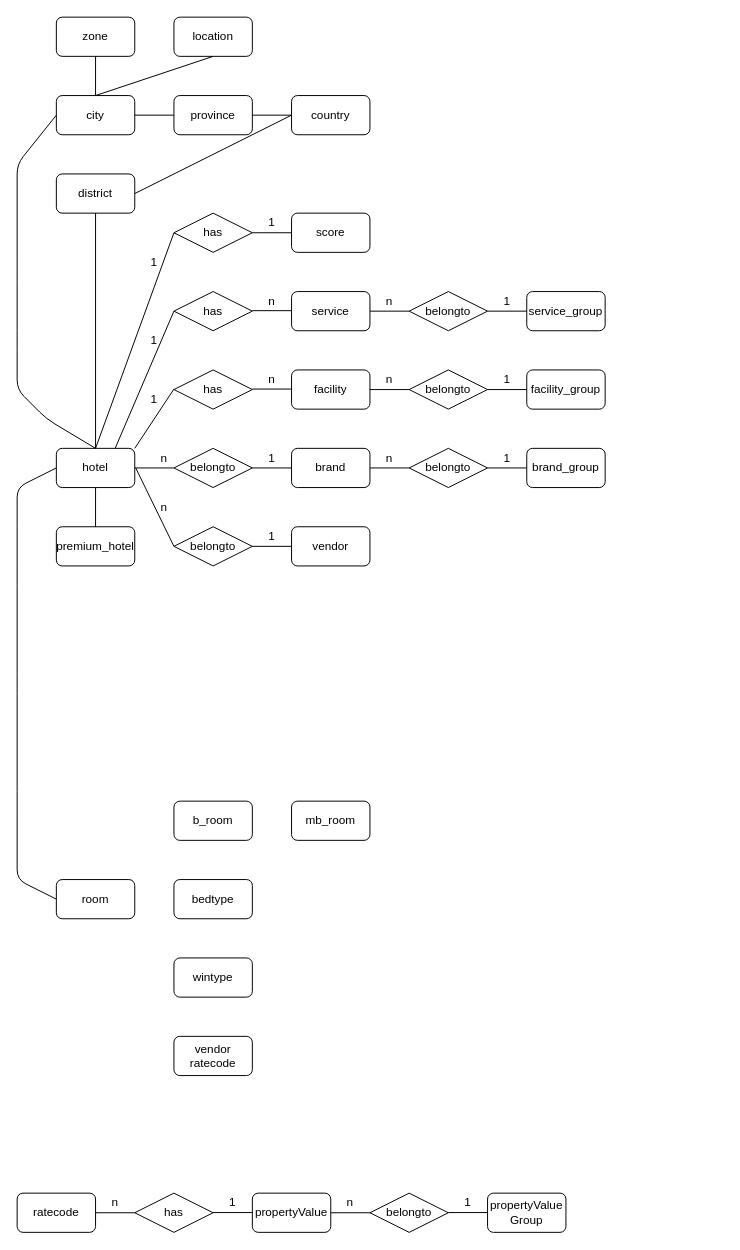
auv2009/diagram keeps this draw.io diagram as ddd.drawio. Above is the earlier version. Source tidied: cells renumbered, new cells numbered last; positions are measured from the earlier drawing's top-left corner, leaving out a move shared by most shapes. Both pictures are drawn from the tidied source at 98%, with x=0, y=0 at pixel (17, 17).
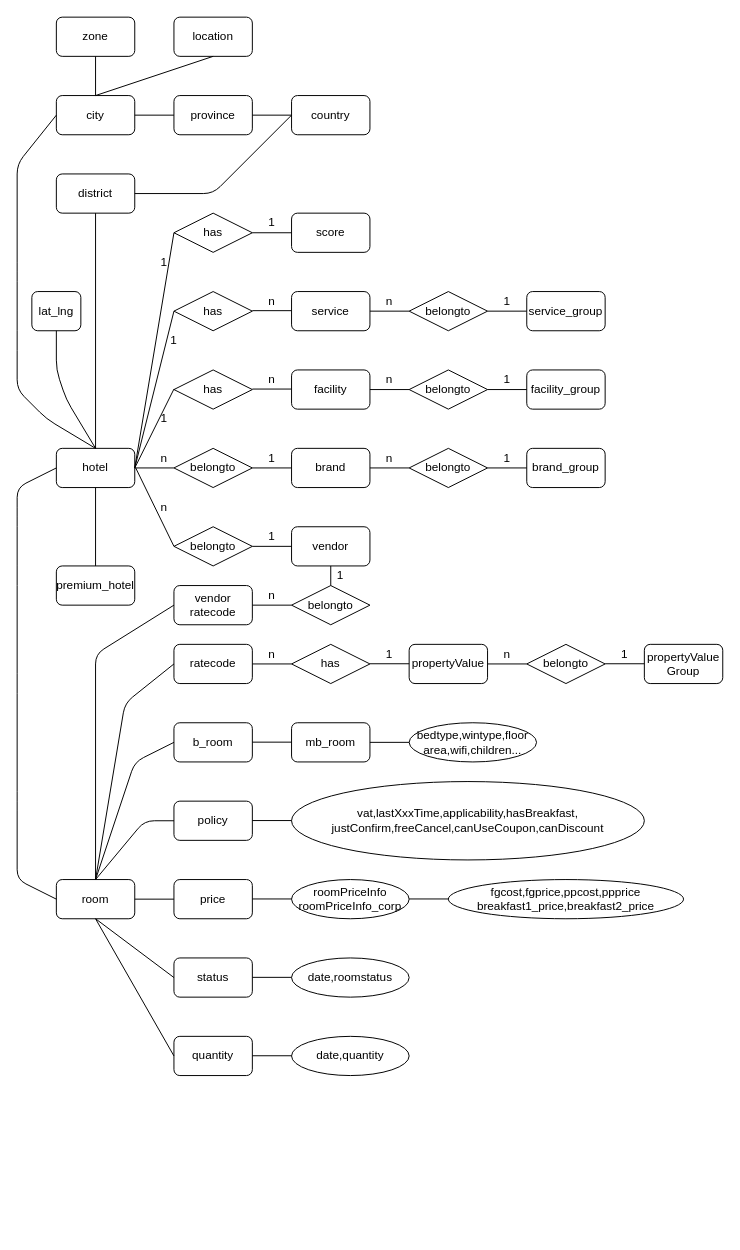
The same diagram, later.

The change refers to these unchanged cells:
```xml
<mxCell id="2" value="hotel" style="rounded=1;whiteSpace=wrap;html=1;" parent="1" vertex="1">
  <mxGeometry x="40" y="440" width="80" height="40" as="geometry" />
</mxCell>
<mxCell id="5" value="country" style="rounded=1;whiteSpace=wrap;html=1;" parent="1" vertex="1">
  <mxGeometry x="280" y="80" width="80" height="40" as="geometry" />
</mxCell>
<mxCell id="9" value="district" style="rounded=1;whiteSpace=wrap;html=1;" parent="1" vertex="1">
  <mxGeometry x="40" y="160" width="80" height="40" as="geometry" />
</mxCell>
<mxCell id="41" value="has" style="rhombus;whiteSpace=wrap;html=1;" parent="1" vertex="1">
  <mxGeometry x="160" y="280" width="80" height="40" as="geometry" />
</mxCell>
<mxCell id="46" value="has" style="rhombus;whiteSpace=wrap;html=1;" parent="1" vertex="1">
  <mxGeometry x="160" y="200" width="80" height="40" as="geometry" />
</mxCell>
<mxCell id="57" value="vendor" style="rounded=1;whiteSpace=wrap;html=1;" parent="1" vertex="1">
  <mxGeometry x="280" y="520" width="80" height="40" as="geometry" />
</mxCell>
<mxCell id="63" value="room" style="rounded=1;whiteSpace=wrap;html=1;" parent="1" vertex="1">
  <mxGeometry x="40" y="880" width="80" height="40" as="geometry" />
</mxCell>
```

Diff of the diagram source:
```diff
@@
-    <mxCell id="34" style="endArrow=none;html=1;" parent="1" edge="1">
+    <mxCell id="34" style="endArrow=none;html=1;exitX=1;exitY=0.5;exitDx=0;exitDy=0;" parent="1" edge="1" source="2">
       <mxGeometry relative="1" as="geometry">
-        <mxPoint x="120" y="440" as="sourcePoint" />
         <mxPoint x="160" y="379.5" as="targetPoint" />
       </mxGeometry>
     </mxCell>
     <mxCell id="35" value="1" style="text;html=1;strokeColor=none;fillColor=none;align=center;verticalAlign=middle;whiteSpace=wrap;rounded=0;" parent="1" vertex="1">
-      <mxGeometry x="120" y="380" width="40" height="20" as="geometry" />
+      <mxGeometry x="130" y="400" width="40" height="20" as="geometry" />
     </mxCell>
@@
     <mxCell id="44" value="1" style="text;html=1;strokeColor=none;fillColor=none;align=center;verticalAlign=middle;whiteSpace=wrap;rounded=0;" parent="1" vertex="1">
-      <mxGeometry x="120" y="320" width="40" height="20" as="geometry" />
+      <mxGeometry x="140" y="320" width="40" height="20" as="geometry" />
     </mxCell>
-    <mxCell id="45" style="endArrow=none;html=1;entryX=0;entryY=0.5;entryDx=0;entryDy=0;exitX=0.75;exitY=0;exitDx=0;exitDy=0;" parent="1" edge="1" source="2" target="41">
+    <mxCell id="45" style="endArrow=none;html=1;entryX=0;entryY=0.5;entryDx=0;entryDy=0;exitX=1;exitY=0.5;exitDx=0;exitDy=0;" parent="1" edge="1" source="2" target="41">
       <mxGeometry relative="1" as="geometry" />
     </mxCell>
@@
-    <mxCell id="49" style="endArrow=none;html=1;entryX=0;entryY=0.5;entryDx=0;entryDy=0;exitX=0.5;exitY=0;exitDx=0;exitDy=0;" parent="1" edge="1" source="2" target="46">
+    <mxCell id="49" style="endArrow=none;html=1;entryX=0;entryY=0.5;entryDx=0;entryDy=0;exitX=1;exitY=0.5;exitDx=0;exitDy=0;" parent="1" edge="1" source="2" target="46">
       <mxGeometry relative="1" as="geometry" />
     </mxCell>
     <mxCell id="50" value="1" style="text;html=1;strokeColor=none;fillColor=none;align=center;verticalAlign=middle;whiteSpace=wrap;rounded=0;" parent="1" vertex="1">
-      <mxGeometry x="120" y="240" width="40" height="20" as="geometry" />
+      <mxGeometry x="130" y="240" width="40" height="20" as="geometry" />
     </mxCell>
@@
     <mxCell id="55" value="premium_hotel" style="rounded=1;whiteSpace=wrap;html=1;" parent="1" vertex="1">
-      <mxGeometry x="40" y="520" width="80" height="40" as="geometry" />
+      <mxGeometry x="40" y="560" width="80" height="40" as="geometry" />
     </mxCell>
@@
     <mxCell id="64" value="b_room" style="rounded=1;whiteSpace=wrap;html=1;" parent="1" vertex="1">
-      <mxGeometry x="160" y="800" width="80" height="40" as="geometry" />
+      <mxGeometry x="160" y="720" width="80" height="40" as="geometry" />
     </mxCell>
     <mxCell id="65" value="mb_room" style="rounded=1;whiteSpace=wrap;html=1;" parent="1" vertex="1">
-      <mxGeometry x="280" y="800" width="80" height="40" as="geometry" />
+      <mxGeometry x="280" y="720" width="80" height="40" as="geometry" />
     </mxCell>
-    <mxCell id="66" value="bedtype" style="rounded=1;whiteSpace=wrap;html=1;" parent="1" vertex="1">
-      <mxGeometry x="160" y="880" width="80" height="40" as="geometry" />
+    <mxCell id="66" value="policy" style="rounded=1;whiteSpace=wrap;html=1;" parent="1" vertex="1">
+      <mxGeometry x="160" y="800" width="80" height="40" as="geometry" />
     </mxCell>
-    <mxCell id="67" value="wintype" style="rounded=1;whiteSpace=wrap;html=1;" parent="1" vertex="1">
-      <mxGeometry x="160" y="960" width="80" height="40" as="geometry" />
+    <mxCell id="67" value="price" style="rounded=1;whiteSpace=wrap;html=1;" parent="1" vertex="1">
+      <mxGeometry x="160" y="880" width="80" height="40" as="geometry" />
     </mxCell>
     <mxCell id="68" value="ratecode" style="rounded=1;whiteSpace=wrap;html=1;" parent="1" vertex="1">
-      <mxGeometry y="1200" width="80" height="40" as="geometry" />
+      <mxGeometry x="160" y="640" width="80" height="40" as="geometry" />
     </mxCell>
     <mxCell id="69" value="propertyValue" style="rounded=1;whiteSpace=wrap;html=1;" parent="1" vertex="1">
-      <mxGeometry x="240" y="1200" width="80" height="40" as="geometry" />
+      <mxGeometry x="400" y="640" width="80" height="40" as="geometry" />
     </mxCell>
     <mxCell id="70" value="has" style="rhombus;whiteSpace=wrap;html=1;" parent="1" vertex="1">
-      <mxGeometry x="120" y="1200" width="80" height="40" as="geometry" />
+      <mxGeometry x="280" y="640" width="80" height="40" as="geometry" />
     </mxCell>
     <mxCell id="71" style="endArrow=none;html=1;entryX=0;entryY=0.5;entryDx=0;entryDy=0;" parent="1" edge="1" target="70">
       <mxGeometry relative="1" as="geometry">
-        <mxPoint x="80" y="1220" as="sourcePoint" />
+        <mxPoint x="240" y="660" as="sourcePoint" />
       </mxGeometry>
     </mxCell>
     <mxCell id="72" style="endArrow=none;html=1;entryX=0;entryY=0.5;entryDx=0;entryDy=0;" parent="1" edge="1">
       <mxGeometry relative="1" as="geometry">
-        <mxPoint x="200" y="1219.8" as="sourcePoint" />
-        <mxPoint x="240" y="1219.8" as="targetPoint" />
+        <mxPoint x="360" y="659.8" as="sourcePoint" />
+        <mxPoint x="400" y="659.8" as="targetPoint" />
       </mxGeometry>
     </mxCell>
     <mxCell id="73" value="n" style="text;html=1;strokeColor=none;fillColor=none;align=center;verticalAlign=middle;whiteSpace=wrap;rounded=0;" parent="1" vertex="1">
-      <mxGeometry x="80" y="1200" width="40" height="20" as="geometry" />
+      <mxGeometry x="240" y="640" width="40" height="20" as="geometry" />
     </mxCell>
     <mxCell id="74" value="1" style="text;html=1;strokeColor=none;fillColor=none;align=center;verticalAlign=middle;whiteSpace=wrap;rounded=0;" parent="1" vertex="1">
-      <mxGeometry x="200" y="1200" width="40" height="20" as="geometry" />
+      <mxGeometry x="360" y="640" width="40" height="20" as="geometry" />
     </mxCell>
     <mxCell id="75" value="propertyValue&lt;br&gt;Group" style="rounded=1;whiteSpace=wrap;html=1;" parent="1" vertex="1">
-      <mxGeometry x="480" y="1200" width="80" height="40" as="geometry" />
+      <mxGeometry x="640" y="640" width="80" height="40" as="geometry" />
     </mxCell>
     <mxCell id="76" style="endArrow=none;html=1;entryX=0;entryY=0.5;entryDx=0;entryDy=0;" parent="1" edge="1">
       <mxGeometry relative="1" as="geometry">
-        <mxPoint x="320" y="1220" as="sourcePoint" />
-        <mxPoint x="360" y="1220" as="targetPoint" />
+        <mxPoint x="480" y="660" as="sourcePoint" />
+        <mxPoint x="520" y="660" as="targetPoint" />
       </mxGeometry>
     </mxCell>
     <mxCell id="77" value="n" style="text;html=1;strokeColor=none;fillColor=none;align=center;verticalAlign=middle;whiteSpace=wrap;rounded=0;" parent="1" vertex="1">
-      <mxGeometry x="320" y="1200" width="40" height="20" as="geometry" />
+      <mxGeometry x="480" y="640" width="40" height="20" as="geometry" />
     </mxCell>
     <mxCell id="78" value="belongto" style="rhombus;whiteSpace=wrap;html=1;" parent="1" vertex="1">
-      <mxGeometry x="360" y="1200" width="80" height="40" as="geometry" />
+      <mxGeometry x="520" y="640" width="80" height="40" as="geometry" />
     </mxCell>
     <mxCell id="79" style="endArrow=none;html=1;entryX=0;entryY=0.5;entryDx=0;entryDy=0;" parent="1" edge="1">
       <mxGeometry relative="1" as="geometry">
-        <mxPoint x="440" y="1219.8" as="sourcePoint" />
-        <mxPoint x="480" y="1219.8" as="targetPoint" />
+        <mxPoint x="600" y="659.8" as="sourcePoint" />
+        <mxPoint x="640" y="659.8" as="targetPoint" />
       </mxGeometry>
     </mxCell>
     <mxCell id="80" value="1" style="text;html=1;strokeColor=none;fillColor=none;align=center;verticalAlign=middle;whiteSpace=wrap;rounded=0;" parent="1" vertex="1">
-      <mxGeometry x="440" y="1200" width="40" height="20" as="geometry" />
+      <mxGeometry x="600" y="640" width="40" height="20" as="geometry" />
     </mxCell>
-    <mxCell id="81" value="vendor&lt;br&gt;ratecode" style="rounded=1;whiteSpace=wrap;html=1;" parent="1" vertex="1">
+    <mxCell id="81" value="quantity" style="rounded=1;whiteSpace=wrap;html=1;" parent="1" vertex="1">
       <mxGeometry x="160" y="1040" width="80" height="40" as="geometry" />
     </mxCell>
     <mxCell id="82" style="endArrow=none;html=1;entryX=0;entryY=0.5;entryDx=0;entryDy=0;exitX=1;exitY=0.5;exitDx=0;exitDy=0;" parent="1" edge="1" source="9" target="5">
-      <mxGeometry relative="1" as="geometry" />
+      <mxGeometry relative="1" as="geometry">
+        <Array as="points">
+          <mxPoint x="200" y="180" />
+        </Array>
+      </mxGeometry>
     </mxCell>
@@
+    <mxCell id="86" value="lat_lng" style="rounded=1;whiteSpace=wrap;html=1;" parent="1" vertex="1">
+      <mxGeometry x="15" y="280" width="50" height="40" as="geometry" />
+    </mxCell>
+    <mxCell id="87" style="endArrow=none;html=1;entryX=0.5;entryY=1;entryDx=0;entryDy=0;exitX=0.5;exitY=0;exitDx=0;exitDy=0;" parent="1" edge="1" source="2" target="86">
+      <mxGeometry relative="1" as="geometry">
+        <Array as="points">
+          <mxPoint x="50" y="390" />
+          <mxPoint x="40" y="360" />
+        </Array>
+      </mxGeometry>
+    </mxCell>
+    <mxCell id="88" value="bedtype,wintype,floor&lt;br&gt;area,wifi,children..." style="ellipse;whiteSpace=wrap;html=1;" parent="1" vertex="1">
+      <mxGeometry x="400" y="720" width="130" height="40" as="geometry" />
+    </mxCell>
+    <mxCell id="89" style="endArrow=none;html=1;exitX=1;exitY=0.5;exitDx=0;exitDy=0;entryX=0;entryY=0.5;entryDx=0;entryDy=0;" parent="1" edge="1" source="65" target="88">
+      <mxGeometry relative="1" as="geometry" />
+    </mxCell>
+    <mxCell id="90" value="status" style="rounded=1;whiteSpace=wrap;html=1;" parent="1" vertex="1">
+      <mxGeometry x="160" y="960" width="80" height="40" as="geometry" />
+    </mxCell>
+    <mxCell id="91" value="date,quantity" style="ellipse;whiteSpace=wrap;html=1;" parent="1" vertex="1">
+      <mxGeometry x="280" y="1040" width="120" height="40" as="geometry" />
+    </mxCell>
+    <mxCell id="92" style="endArrow=none;html=1;exitX=1;exitY=0.5;exitDx=0;exitDy=0;entryX=0;entryY=0.5;entryDx=0;entryDy=0;" parent="1" edge="1">
+      <mxGeometry relative="1" as="geometry">
+        <mxPoint x="240" y="739.8" as="sourcePoint" />
+        <mxPoint x="280" y="739.8" as="targetPoint" />
+      </mxGeometry>
+    </mxCell>
+    <mxCell id="93" style="endArrow=none;html=1;exitX=1;exitY=0.5;exitDx=0;exitDy=0;entryX=0;entryY=0.5;entryDx=0;entryDy=0;" parent="1" edge="1">
+      <mxGeometry relative="1" as="geometry">
+        <mxPoint x="240" y="1059.8" as="sourcePoint" />
+        <mxPoint x="280" y="1059.8" as="targetPoint" />
+      </mxGeometry>
+    </mxCell>
+    <mxCell id="94" style="endArrow=none;html=1;exitX=0.5;exitY=0;exitDx=0;exitDy=0;entryX=0;entryY=0.5;entryDx=0;entryDy=0;" parent="1" edge="1" source="63" target="68">
+      <mxGeometry relative="1" as="geometry">
+        <Array as="points">
+          <mxPoint x="110" y="700" />
+        </Array>
+      </mxGeometry>
+    </mxCell>
+    <mxCell id="95" style="endArrow=none;html=1;exitX=0.5;exitY=0;exitDx=0;exitDy=0;entryX=0;entryY=0.5;entryDx=0;entryDy=0;" parent="1" edge="1" source="63" target="64">
+      <mxGeometry relative="1" as="geometry">
+        <Array as="points">
+          <mxPoint x="120" y="760" />
+        </Array>
+      </mxGeometry>
+    </mxCell>
+    <mxCell id="96" style="endArrow=none;html=1;entryX=0;entryY=0.5;entryDx=0;entryDy=0;" parent="1" edge="1" target="66">
+      <mxGeometry relative="1" as="geometry">
+        <mxPoint x="80" y="880" as="sourcePoint" />
+        <Array as="points">
+          <mxPoint x="130" y="820" />
+        </Array>
+      </mxGeometry>
+    </mxCell>
+    <mxCell id="97" style="endArrow=none;html=1;entryX=0;entryY=0.5;entryDx=0;entryDy=0;exitX=1;exitY=0.5;exitDx=0;exitDy=0;" parent="1" edge="1" source="63" target="67">
+      <mxGeometry relative="1" as="geometry" />
+    </mxCell>
+    <mxCell id="98" style="endArrow=none;html=1;entryX=0;entryY=0.5;entryDx=0;entryDy=0;exitX=0.5;exitY=1;exitDx=0;exitDy=0;" parent="1" edge="1" source="63" target="90">
+      <mxGeometry relative="1" as="geometry" />
+    </mxCell>
+    <mxCell id="99" style="endArrow=none;html=1;entryX=0;entryY=0.5;entryDx=0;entryDy=0;exitX=0.5;exitY=1;exitDx=0;exitDy=0;" parent="1" edge="1" source="63" target="81">
+      <mxGeometry relative="1" as="geometry" />
+    </mxCell>
+    <mxCell id="100" value="date,roomstatus" style="ellipse;whiteSpace=wrap;html=1;" parent="1" vertex="1">
+      <mxGeometry x="280" y="960" width="120" height="40" as="geometry" />
+    </mxCell>
+    <mxCell id="101" style="endArrow=none;html=1;exitX=1;exitY=0.5;exitDx=0;exitDy=0;entryX=0;entryY=0.5;entryDx=0;entryDy=0;" parent="1" edge="1">
+      <mxGeometry relative="1" as="geometry">
+        <mxPoint x="240" y="979.8" as="sourcePoint" />
+        <mxPoint x="280" y="979.8" as="targetPoint" />
+      </mxGeometry>
+    </mxCell>
+    <mxCell id="102" value="roomPriceInfo&lt;br&gt;roomPriceInfo_corp" style="ellipse;whiteSpace=wrap;html=1;" parent="1" vertex="1">
+      <mxGeometry x="280" y="880" width="120" height="40" as="geometry" />
+    </mxCell>
+    <mxCell id="103" style="endArrow=none;html=1;exitX=1;exitY=0.5;exitDx=0;exitDy=0;entryX=0;entryY=0.5;entryDx=0;entryDy=0;" parent="1" edge="1">
+      <mxGeometry relative="1" as="geometry">
+        <mxPoint x="240" y="899.8" as="sourcePoint" />
+        <mxPoint x="280" y="899.8" as="targetPoint" />
+      </mxGeometry>
+    </mxCell>
+    <mxCell id="104" value="vat,lastXxxTime,applicability,hasBreakfast,&lt;br&gt;justConfirm,freeCancel,canUseCoupon,canDiscount" style="ellipse;whiteSpace=wrap;html=1;" parent="1" vertex="1">
+      <mxGeometry x="280" y="780" width="360" height="80" as="geometry" />
+    </mxCell>
+    <mxCell id="105" style="endArrow=none;html=1;exitX=1;exitY=0.5;exitDx=0;exitDy=0;entryX=0;entryY=0.5;entryDx=0;entryDy=0;" parent="1" edge="1">
+      <mxGeometry relative="1" as="geometry">
+        <mxPoint x="240" y="819.8" as="sourcePoint" />
+        <mxPoint x="280" y="819.8" as="targetPoint" />
+      </mxGeometry>
+    </mxCell>
+    <mxCell id="106" value="vendor&lt;br&gt;ratecode" style="rounded=1;whiteSpace=wrap;html=1;" parent="1" vertex="1">
+      <mxGeometry x="160" y="580" width="80" height="40" as="geometry" />
+    </mxCell>
+    <mxCell id="107" style="endArrow=none;html=1;entryX=0;entryY=0.5;entryDx=0;entryDy=0;exitX=0.5;exitY=0;exitDx=0;exitDy=0;" parent="1" edge="1" source="63" target="106">
+      <mxGeometry relative="1" as="geometry">
+        <Array as="points">
+          <mxPoint x="80" y="650" />
+        </Array>
+      </mxGeometry>
+    </mxCell>
+    <mxCell id="108" value="belongto" style="rhombus;whiteSpace=wrap;html=1;" parent="1" vertex="1">
+      <mxGeometry x="280" y="580" width="80" height="40" as="geometry" />
+    </mxCell>
+    <mxCell id="109" style="endArrow=none;html=1;entryX=0;entryY=0.5;entryDx=0;entryDy=0;" parent="1" edge="1" target="108">
+      <mxGeometry relative="1" as="geometry">
+        <mxPoint x="240" y="600" as="sourcePoint" />
+      </mxGeometry>
+    </mxCell>
+    <mxCell id="110" style="endArrow=none;html=1;entryX=0.5;entryY=1;entryDx=0;entryDy=0;exitX=0.5;exitY=0;exitDx=0;exitDy=0;" parent="1" edge="1" source="108" target="57">
+      <mxGeometry relative="1" as="geometry" />
+    </mxCell>
+    <mxCell id="111" value="n" style="text;html=1;strokeColor=none;fillColor=none;align=center;verticalAlign=middle;whiteSpace=wrap;rounded=0;" parent="1" vertex="1">
+      <mxGeometry x="240" y="580" width="40" height="20" as="geometry" />
+    </mxCell>
+    <mxCell id="112" value="1" style="text;html=1;strokeColor=none;fillColor=none;align=center;verticalAlign=middle;whiteSpace=wrap;rounded=0;" parent="1" vertex="1">
+      <mxGeometry x="310" y="560" width="40" height="20" as="geometry" />
+    </mxCell>
+    <mxCell id="113" value="fgcost,fgprice,ppcost,ppprice&lt;br&gt;breakfast1_price,breakfast2_price" style="ellipse;whiteSpace=wrap;html=1;" parent="1" vertex="1">
+      <mxGeometry x="440" y="880" width="240" height="40" as="geometry" />
+    </mxCell>
+    <mxCell id="114" style="endArrow=none;html=1;exitX=1;exitY=0.5;exitDx=0;exitDy=0;entryX=0;entryY=0.5;entryDx=0;entryDy=0;" parent="1" edge="1">
+      <mxGeometry relative="1" as="geometry">
+        <mxPoint x="400" y="899.8" as="sourcePoint" />
+        <mxPoint x="440" y="899.8" as="targetPoint" />
+      </mxGeometry>
+    </mxCell>
```
